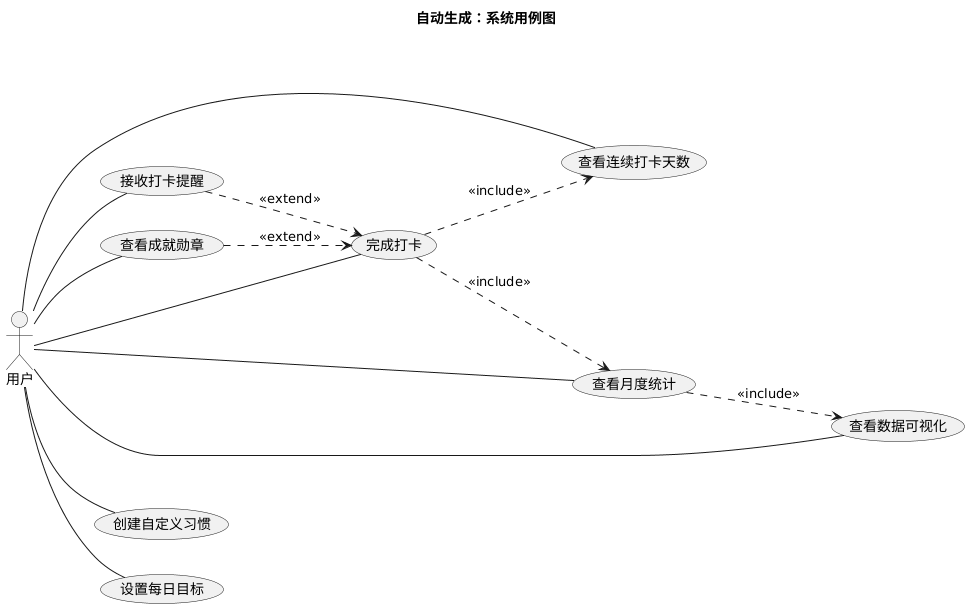
This is output/test_usecase.png from Sunday17/UML-LLM, a PlantUML export, as it was before one commit.
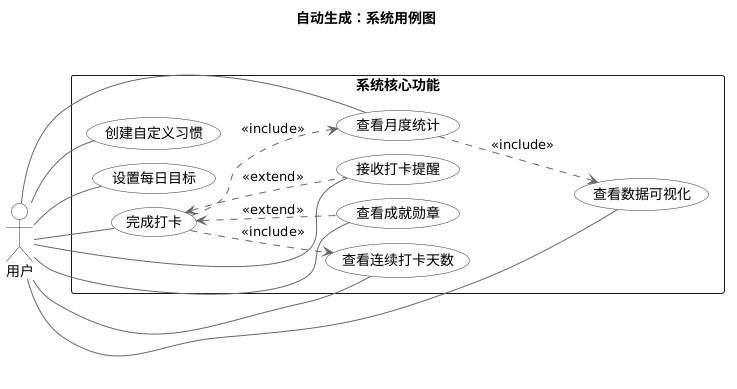
Above is the later version.

The edit, as a diff of the source:
```diff
@@ -1,29 +1,43 @@
 @startuml
 title 自动生成：系统用例图
 left to right direction
+
 skinparam packageStyle rectangle
+skinparam nodesep 15
+skinparam ranksep 40
+skinparam usecase {
+    BackgroundColor #F9F9F9
+    BorderColor #333333
+    ArrowColor #666666
+}
+skinparam actor {
+    BackgroundColor #FAFAFA
+    BorderColor #333333
+}
 
 
 actor "用户"
 
 
+rectangle "系统核心功能" {
 
-usecase "完成打卡"
+    usecase "设置每日目标"
 
-usecase "接收打卡提醒"
+    usecase "查看连续打卡天数"
 
-usecase "查看成就勋章"
+    usecase "接收打卡提醒"
 
-usecase "查看连续打卡天数"
+    usecase "完成打卡"
 
-usecase "查看数据可视化"
+    usecase "创建自定义习惯"
 
-usecase "查看月度统计"
+    usecase "查看成就勋章"
 
-usecase "创建自定义习惯"
+    usecase "查看数据可视化"
 
-usecase "设置每日目标"
+    usecase "查看月度统计"
 
+}
 
 
 
@@ -59,9 +73,9 @@
 
 
 
-"查看成就勋章" ..> "完成打卡" : <<extend>>
+"完成打卡" <.. "查看成就勋章" : <<extend>>
 
-"接收打卡提醒" ..> "完成打卡" : <<extend>>
+"完成打卡" <.. "接收打卡提醒" : <<extend>>
 
 
 
```
